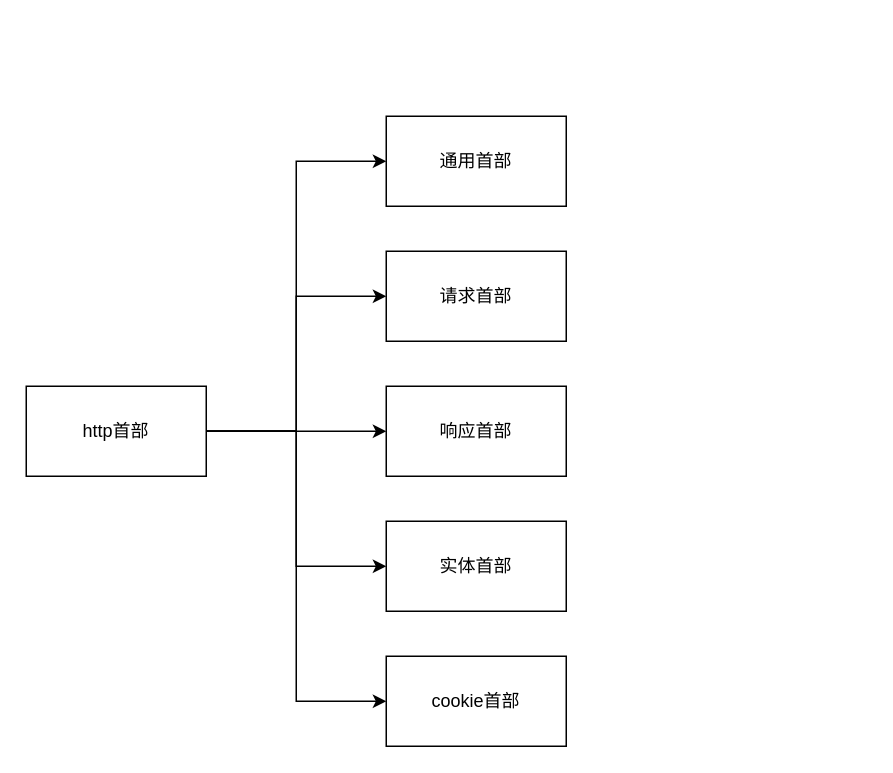
Above: http头部.drawio in lmxyjy/draw.io (draw.io), before the change. Source tidied: cells renumbered, new cells numbered last; positions are measured from the earlier drawing's top-left corner, leaving out a move shared by most shapes. Both pictures are drawn from the tidied source at 150%, with x=0, y=0 at pixel (26, 116).
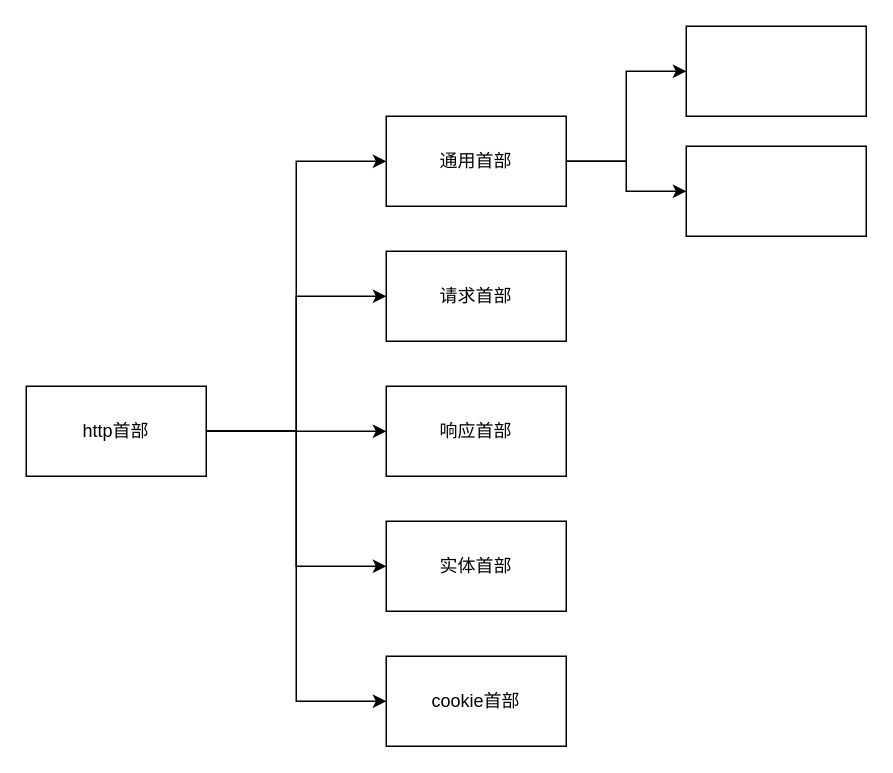
The same diagram, later.

The edit, as a diff of the source:
```diff
@@
 <mxGraphModel>
   <root>
     <mxCell id="0" />
     <mxCell id="1" parent="0" />
     <mxCell id="2" style="edgeStyle=orthogonalEdgeStyle;rounded=0;jettySize=auto;html=1;entryX=0;entryY=0.5;entryDx=0;entryDy=0;" parent="1" edge="1" source="7" target="8">
       <mxGeometry relative="1" as="geometry" />
     </mxCell>
     <mxCell id="3" style="edgeStyle=orthogonalEdgeStyle;rounded=0;jettySize=auto;html=1;entryX=0;entryY=0.5;entryDx=0;entryDy=0;" parent="1" edge="1" source="7" target="9">
       <mxGeometry relative="1" as="geometry" />
     </mxCell>
     <mxCell id="4" style="edgeStyle=orthogonalEdgeStyle;rounded=0;jettySize=auto;html=1;entryX=0;entryY=0.5;entryDx=0;entryDy=0;" parent="1" edge="1" source="7" target="10">
       <mxGeometry relative="1" as="geometry" />
     </mxCell>
     <mxCell id="5" style="edgeStyle=orthogonalEdgeStyle;rounded=0;jettySize=auto;html=1;entryX=0;entryY=0.5;entryDx=0;entryDy=0;" parent="1" edge="1" source="7" target="11">
       <mxGeometry relative="1" as="geometry" />
     </mxCell>
     <mxCell id="6" style="edgeStyle=orthogonalEdgeStyle;rounded=0;jettySize=auto;html=1;entryX=0;entryY=0.5;entryDx=0;entryDy=0;" parent="1" edge="1" source="7" target="12">
       <mxGeometry relative="1" as="geometry" />
     </mxCell>
     <mxCell id="7" value="http首部" style="rounded=0;whiteSpace=wrap;html=1;" parent="1" vertex="1">
       <mxGeometry y="180" width="120" height="60" as="geometry" />
     </mxCell>
+    <mxCell id="13" style="edgeStyle=orthogonalEdgeStyle;rounded=0;jettySize=auto;html=1;entryX=0;entryY=0.5;entryDx=0;entryDy=0;" parent="1" edge="1" source="8" target="15">
+      <mxGeometry relative="1" as="geometry" />
+    </mxCell>
+    <mxCell id="14" style="edgeStyle=orthogonalEdgeStyle;rounded=0;jettySize=auto;html=1;entryX=0;entryY=0.5;entryDx=0;entryDy=0;" parent="1" edge="1" source="8" target="16">
+      <mxGeometry relative="1" as="geometry" />
+    </mxCell>
     <mxCell id="8" value="通用首部" style="whiteSpace=wrap;html=1;" parent="1" vertex="1">
       <mxGeometry x="240" width="120" height="60" as="geometry" />
     </mxCell>
     <mxCell id="9" value="请求首部" style="whiteSpace=wrap;html=1;" parent="1" vertex="1">
       <mxGeometry x="240" y="90" width="120" height="60" as="geometry" />
     </mxCell>
     <mxCell id="10" value="响应首部" style="whiteSpace=wrap;html=1;" parent="1" vertex="1">
       <mxGeometry x="240" y="180" width="120" height="60" as="geometry" />
     </mxCell>
     <mxCell id="11" value="实体首部" style="whiteSpace=wrap;html=1;" parent="1" vertex="1">
       <mxGeometry x="240" y="270" width="120" height="60" as="geometry" />
     </mxCell>
     <mxCell id="12" value="cookie首部" style="whiteSpace=wrap;html=1;" parent="1" vertex="1">
       <mxGeometry x="240" y="360" width="120" height="60" as="geometry" />
     </mxCell>
+    <mxCell id="15" style="whiteSpace=wrap;html=1;" parent="1" vertex="1">
+      <mxGeometry x="440" y="-60" width="120" height="60" as="geometry" />
+    </mxCell>
+    <mxCell id="16" style="whiteSpace=wrap;html=1;" parent="1" vertex="1">
+      <mxGeometry x="440" y="20" width="120" height="60" as="geometry" />
+    </mxCell>
   </root>
 </mxGraphModel>
```
